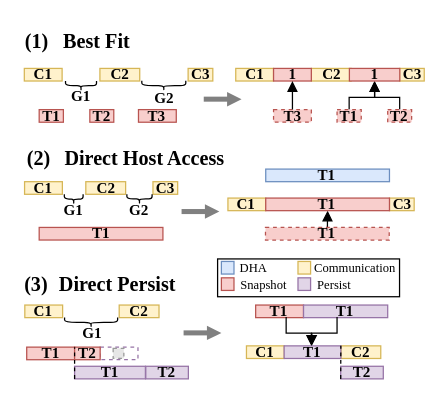
Above: fig/scheduling.drawio in icszhr/NCheck (draw.io), before the change. Source tidied: cells renumbered, new cells numbered last; positions are measured from the earlier drawing's top-left corner, leaving out a move shared by most shapes. Both pictures are drawn from the tidied source at 126%, with x=0, y=0 at pixel (21, 21). Pictures stored in the file or linked from it are replaced by grey dashed boxes.
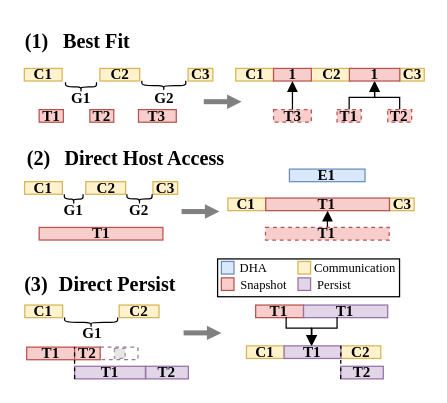
Above is the later version.

The edit, as a diff of the source:
```diff
@@
     <mxCell id="34" style="shape=curlyBracket;whiteSpace=wrap;html=1;rounded=1;labelPosition=left;verticalLabelPosition=middle;align=right;verticalAlign=middle;rotation=-90;" parent="1" vertex="1">
-      <mxGeometry x="43" y="38.2" width="7.6" height="24.6" as="geometry" />
+      <mxGeometry x="43" y="39.2" width="7.6" height="24.6" as="geometry" />
     </mxCell>
     <mxCell id="35" value="&lt;font face=&quot;Times New Roman&quot;&gt;&lt;b&gt;G1&lt;/b&gt;&lt;/font&gt;" style="text;html=1;align=center;verticalAlign=middle;whiteSpace=wrap;rounded=0;" parent="1" vertex="1">
-      <mxGeometry x="36" y="52.2" width="21.6" height="13.2" as="geometry" />
+      <mxGeometry x="36" y="54.2" width="21.6" height="13.2" as="geometry" />
     </mxCell>
@@
     <mxCell id="38" style="endArrow=block;html=1;rounded=0;strokeWidth=4;endFill=1;endSize=1;strokeColor=#808080;" parent="1" edge="1">
       <mxGeometry relative="1" as="geometry">
-        <mxPoint x="144.2" y="61.2" as="sourcePoint" />
-        <mxPoint x="174.2" y="61.2" as="targetPoint" />
+        <mxPoint x="144.2" y="63.2" as="sourcePoint" />
+        <mxPoint x="174.2" y="63.2" as="targetPoint" />
       </mxGeometry>
     </mxCell>
@@
-    <mxCell id="53" value="T1" style="whiteSpace=wrap;fillColor=#dae8fc;fontSize=12;fontFamily=Times New Roman;fontStyle=1;strokeColor=#6c8ebf;spacing=0;" parent="1" vertex="1">
-      <mxGeometry x="193.4" y="116.7" width="98.2" height="10" as="geometry" />
+    <mxCell id="53" value="E1" style="whiteSpace=wrap;fillColor=#dae8fc;fontSize=12;fontFamily=Times New Roman;fontStyle=1;strokeColor=#6c8ebf;spacing=0;" parent="1" vertex="1">
+      <mxGeometry x="212.2" y="116.7" width="60" height="10" as="geometry" />
     </mxCell>
@@
     <mxCell id="67" style="edgeStyle=orthogonalEdgeStyle;rounded=0;orthogonalLoop=1;jettySize=auto;html=1;entryX=0.5;entryY=1;entryDx=0;entryDy=0;endArrow=block;endFill=1;" parent="1" edge="1">
       <mxGeometry relative="1" as="geometry">
         <mxPoint x="250" y="234" as="sourcePoint" />
         <mxPoint x="230" y="257" as="targetPoint" />
         <Array as="points">
-          <mxPoint x="249.8" y="246.8" />
-          <mxPoint x="229.8" y="246.8" />
+          <mxPoint x="250" y="243" />
+          <mxPoint x="230" y="243" />
         </Array>
       </mxGeometry>
     </mxCell>
     <mxCell id="68" style="edgeStyle=orthogonalEdgeStyle;rounded=0;orthogonalLoop=1;jettySize=auto;html=1;entryX=0.5;entryY=1;entryDx=0;entryDy=0;endArrow=block;endFill=1;" parent="1" edge="1">
       <mxGeometry relative="1" as="geometry">
         <mxPoint x="209.6" y="234" as="sourcePoint" />
         <mxPoint x="229.6" y="257" as="targetPoint" />
         <Array as="points">
-          <mxPoint x="209.4" y="246.8" />
-          <mxPoint x="229.4" y="246.8" />
+          <mxPoint x="210" y="243" />
+          <mxPoint x="230" y="243" />
         </Array>
       </mxGeometry>
     </mxCell>
@@
     <mxCell id="70" style="fillColor=#E6E6E6;strokeColor=#999999;dashed=1;verticalLabelPosition=bottom;verticalAlign=top;" parent="1" vertex="1">
-      <mxGeometry x="72.3" y="259" width="8.5" height="8" as="geometry" />
+      <mxGeometry x="73.3" y="259" width="8.5" height="8" as="geometry" />
     </mxCell>
```
